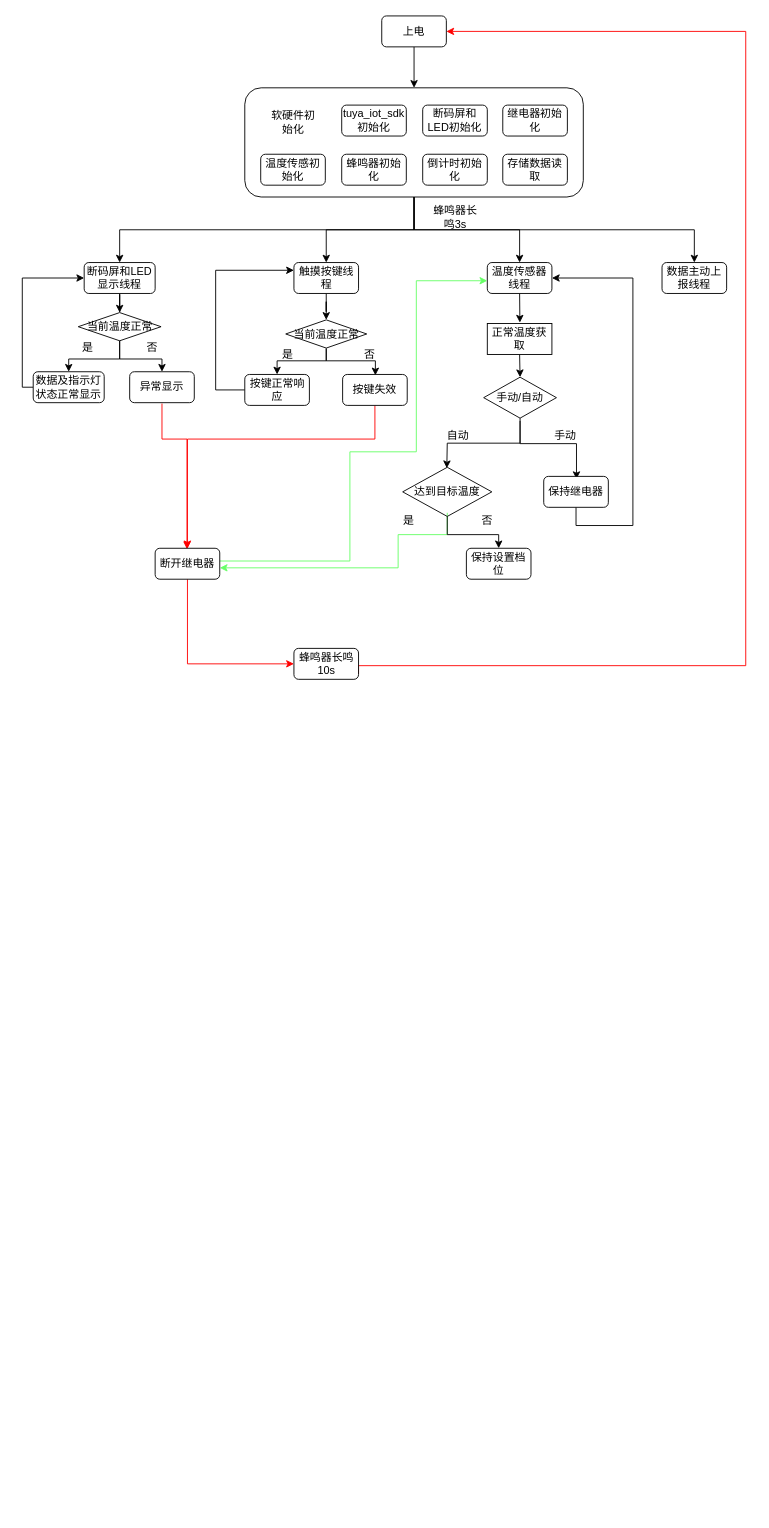
This is heater_flow_chart.drawio from JeffYec/Jeff, a draw.io file, before an edit. Source tidied: cells renumbered, new cells numbered last; positions are measured from the earlier drawing's top-left corner, leaving out a move shared by most shapes. Both pictures are drawn from the tidied source at 91%, with x=0, y=0 at pixel (22, 15).
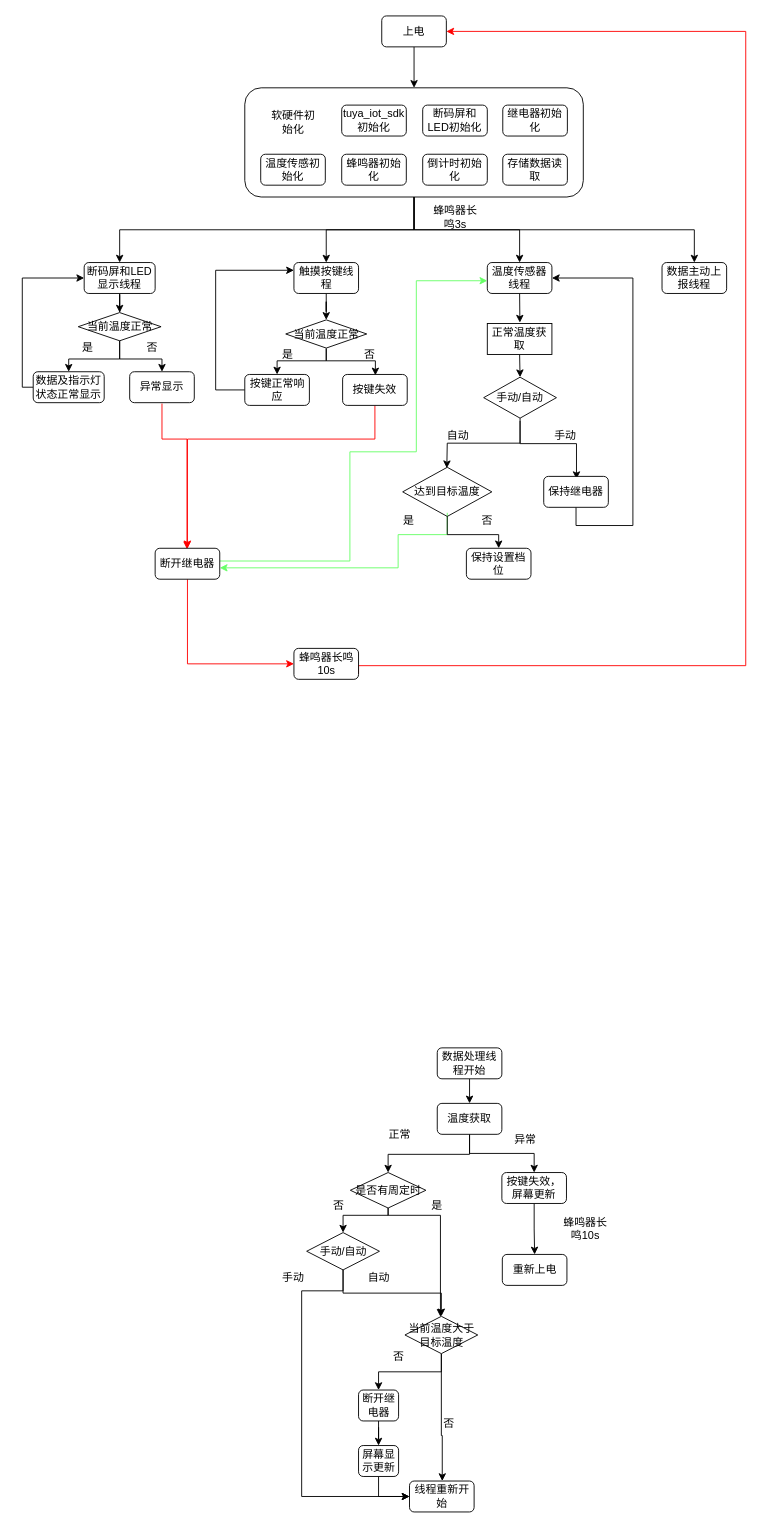
The same page after the edit.

The edit, as a diff of the source:
```diff
@@
+    <mxCell id="63" style="edgeStyle=orthogonalEdgeStyle;rounded=0;jettySize=auto;html=1;exitX=0.5;exitY=1;exitDx=0;exitDy=0;" parent="1" edge="1" source="65" target="67">
+      <mxGeometry relative="1" as="geometry" />
+    </mxCell>
+    <mxCell id="64" style="edgeStyle=orthogonalEdgeStyle;rounded=0;jettySize=auto;html=1;exitX=0.5;exitY=1;exitDx=0;exitDy=0;entryX=0.5;entryY=0;entryDx=0;entryDy=0;" parent="1" edge="1" source="65" target="74">
+      <mxGeometry relative="1" as="geometry">
+        <Array as="points">
+          <mxPoint x="491.5" y="1251" />
+          <mxPoint x="402.5" y="1251" />
+        </Array>
+      </mxGeometry>
+    </mxCell>
+    <mxCell id="65" value="温度获取" style="rounded=1;whiteSpace=wrap;html=1;" parent="1" vertex="1">
+      <mxGeometry x="456" y="1195" width="71" height="34" as="geometry" />
+    </mxCell>
+    <mxCell id="66" style="edgeStyle=orthogonalEdgeStyle;rounded=0;jettySize=auto;html=1;exitX=0.5;exitY=1;exitDx=0;exitDy=0;" parent="1" edge="1" source="67" target="70">
+      <mxGeometry relative="1" as="geometry" />
+    </mxCell>
+    <mxCell id="67" value="按键失效，屏幕更新" style="rounded=1;whiteSpace=wrap;html=1;" parent="1" vertex="1">
+      <mxGeometry x="527" y="1271" width="71" height="34" as="geometry" />
+    </mxCell>
+    <mxCell id="68" value="正常" style="text;html=1;strokeColor=none;fillColor=none;align=center;verticalAlign=middle;whiteSpace=wrap;rounded=0;shadow=0;" parent="1" vertex="1">
+      <mxGeometry x="384.5" y="1215" width="60" height="30" as="geometry" />
+    </mxCell>
+    <mxCell id="69" value="异常" style="text;html=1;strokeColor=none;fillColor=none;align=center;verticalAlign=middle;whiteSpace=wrap;rounded=0;shadow=0;" parent="1" vertex="1">
+      <mxGeometry x="522.5" y="1220" width="60" height="30" as="geometry" />
+    </mxCell>
+    <mxCell id="70" value="重新上电" style="rounded=1;whiteSpace=wrap;html=1;" parent="1" vertex="1">
+      <mxGeometry x="527.5" y="1361" width="71" height="34" as="geometry" />
+    </mxCell>
+    <mxCell id="71" value="蜂鸣器长鸣10s" style="text;html=1;strokeColor=none;fillColor=none;align=center;verticalAlign=middle;whiteSpace=wrap;rounded=0;shadow=0;" parent="1" vertex="1">
+      <mxGeometry x="588.5" y="1318" width="60" height="30" as="geometry" />
+    </mxCell>
+    <mxCell id="72" style="edgeStyle=orthogonalEdgeStyle;rounded=0;jettySize=auto;html=1;exitX=0.5;exitY=1;exitDx=0;exitDy=0;" parent="1" edge="1" source="74" target="77">
+      <mxGeometry relative="1" as="geometry">
+        <Array as="points">
+          <mxPoint x="401.5" y="1318" />
+          <mxPoint x="352.5" y="1318" />
+        </Array>
+      </mxGeometry>
+    </mxCell>
+    <mxCell id="73" style="edgeStyle=orthogonalEdgeStyle;rounded=0;jettySize=auto;html=1;exitX=0.5;exitY=1;exitDx=0;exitDy=0;" parent="1" edge="1" source="74" target="80">
+      <mxGeometry relative="1" as="geometry">
+        <Array as="points">
+          <mxPoint x="401.5" y="1318" />
+          <mxPoint x="459.5" y="1318" />
+        </Array>
+      </mxGeometry>
+    </mxCell>
+    <mxCell id="74" value="&lt;span&gt;是否有周定时&lt;/span&gt;" style="rhombus;whiteSpace=wrap;html=1;rounded=0;shadow=0;" parent="1" vertex="1">
+      <mxGeometry x="360.5" y="1271" width="83" height="39" as="geometry" />
+    </mxCell>
+    <mxCell id="75" style="edgeStyle=orthogonalEdgeStyle;rounded=0;jettySize=auto;html=1;exitX=0.5;exitY=1;exitDx=0;exitDy=0;entryX=0;entryY=0.5;entryDx=0;entryDy=0;" parent="1" edge="1" source="77" target="83">
+      <mxGeometry relative="1" as="geometry">
+        <Array as="points">
+          <mxPoint x="353" y="1401" />
+          <mxPoint x="307" y="1401" />
+          <mxPoint x="307" y="1627" />
+        </Array>
+      </mxGeometry>
+    </mxCell>
+    <mxCell id="76" style="edgeStyle=orthogonalEdgeStyle;rounded=0;jettySize=auto;html=1;exitX=0.5;exitY=1;exitDx=0;exitDy=0;entryX=0.5;entryY=0;entryDx=0;entryDy=0;" parent="1" edge="1" source="77" target="80">
+      <mxGeometry relative="1" as="geometry" />
+    </mxCell>
+    <mxCell id="77" value="手动/自动" style="rhombus;whiteSpace=wrap;html=1;rounded=0;shadow=0;" parent="1" vertex="1">
+      <mxGeometry x="312.5" y="1337" width="80" height="41" as="geometry" />
+    </mxCell>
+    <mxCell id="78" style="edgeStyle=orthogonalEdgeStyle;rounded=0;jettySize=auto;html=1;exitX=0.5;exitY=1;exitDx=0;exitDy=0;" parent="1" edge="1" source="80" target="85">
+      <mxGeometry relative="1" as="geometry" />
+    </mxCell>
+    <mxCell id="79" style="edgeStyle=orthogonalEdgeStyle;rounded=0;jettySize=auto;html=1;exitX=0.5;exitY=1;exitDx=0;exitDy=0;" parent="1" edge="1" source="80" target="83">
+      <mxGeometry relative="1" as="geometry">
+        <Array as="points">
+          <mxPoint x="461.5" y="1560" />
+          <mxPoint x="511.5" y="1560" />
+        </Array>
+      </mxGeometry>
+    </mxCell>
+    <mxCell id="80" value="当前温度大于目标温度" style="rhombus;whiteSpace=wrap;html=1;rounded=0;shadow=0;" parent="1" vertex="1">
+      <mxGeometry x="420.5" y="1429" width="80" height="41" as="geometry" />
+    </mxCell>
+    <mxCell id="81" value="否" style="text;html=1;strokeColor=none;fillColor=none;align=center;verticalAlign=middle;whiteSpace=wrap;rounded=0;shadow=0;" parent="1" vertex="1">
+      <mxGeometry x="438.5" y="1532" width="60" height="30" as="geometry" />
+    </mxCell>
+    <mxCell id="82" value="手动" style="text;html=1;strokeColor=none;fillColor=none;align=center;verticalAlign=middle;whiteSpace=wrap;rounded=0;shadow=0;" parent="1" vertex="1">
+      <mxGeometry x="267.5" y="1372" width="60" height="30" as="geometry" />
+    </mxCell>
+    <mxCell id="83" value="线程重新开始" style="rounded=1;whiteSpace=wrap;html=1;" parent="1" vertex="1">
+      <mxGeometry x="425.5" y="1610" width="71" height="34" as="geometry" />
+    </mxCell>
+    <mxCell id="84" style="edgeStyle=orthogonalEdgeStyle;rounded=0;jettySize=auto;html=1;exitX=0.5;exitY=1;exitDx=0;exitDy=0;" parent="1" edge="1" source="85" target="87">
+      <mxGeometry relative="1" as="geometry" />
+    </mxCell>
+    <mxCell id="85" value="断开继电器" style="rounded=1;whiteSpace=wrap;html=1;" parent="1" vertex="1">
+      <mxGeometry x="369.5" y="1510" width="44" height="34" as="geometry" />
+    </mxCell>
+    <mxCell id="86" style="edgeStyle=orthogonalEdgeStyle;rounded=0;jettySize=auto;html=1;exitX=0.5;exitY=1;exitDx=0;exitDy=0;entryX=0;entryY=0.5;entryDx=0;entryDy=0;" parent="1" edge="1" source="87" target="83">
+      <mxGeometry relative="1" as="geometry" />
+    </mxCell>
+    <mxCell id="87" value="屏幕显示更新" style="rounded=1;whiteSpace=wrap;html=1;" parent="1" vertex="1">
+      <mxGeometry x="369.5" y="1571" width="44" height="34" as="geometry" />
+    </mxCell>
+    <mxCell id="88" value="否" style="text;html=1;strokeColor=none;fillColor=none;align=center;verticalAlign=middle;whiteSpace=wrap;rounded=0;shadow=0;" parent="1" vertex="1">
+      <mxGeometry x="317.5" y="1293" width="60" height="30" as="geometry" />
+    </mxCell>
+    <mxCell id="89" value="是" style="text;html=1;strokeColor=none;fillColor=none;align=center;verticalAlign=middle;whiteSpace=wrap;rounded=0;shadow=0;" parent="1" vertex="1">
+      <mxGeometry x="425.5" y="1293" width="60" height="30" as="geometry" />
+    </mxCell>
+    <mxCell id="90" value="自动" style="text;html=1;strokeColor=none;fillColor=none;align=center;verticalAlign=middle;whiteSpace=wrap;rounded=0;shadow=0;" parent="1" vertex="1">
+      <mxGeometry x="361.5" y="1372" width="60" height="30" as="geometry" />
+    </mxCell>
+    <mxCell id="91" value="否" style="text;html=1;strokeColor=none;fillColor=none;align=center;verticalAlign=middle;whiteSpace=wrap;rounded=0;shadow=0;" parent="1" vertex="1">
+      <mxGeometry x="383.5" y="1458" width="60" height="30" as="geometry" />
+    </mxCell>
+    <mxCell id="92" style="edgeStyle=orthogonalEdgeStyle;rounded=0;jettySize=auto;html=1;exitX=0.5;exitY=1;exitDx=0;exitDy=0;entryX=0.5;entryY=0;entryDx=0;entryDy=0;" parent="1" edge="1" source="93" target="65">
+      <mxGeometry relative="1" as="geometry" />
+    </mxCell>
+    <mxCell id="93" value="数据处理线程开始" style="rounded=1;whiteSpace=wrap;html=1;" parent="1" vertex="1">
+      <mxGeometry x="456" y="1134" width="71" height="34" as="geometry" />
+    </mxCell>
```
